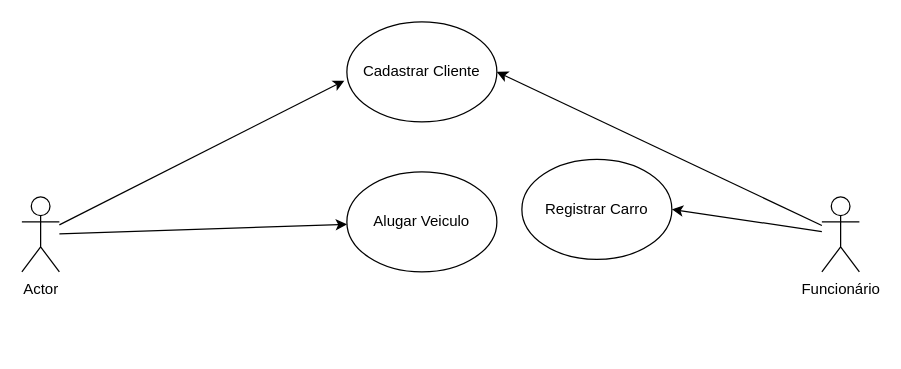
Above: locação de veiculos.drawio in ArcanjoDaGuarda/AnjoProjetos (draw.io), before the change. Source tidied: cells renumbered, new cells numbered last; positions are measured from the earlier drawing's top-left corner, leaving out a move shared by most shapes. Both pictures are drawn from the tidied source at 125%, with x=0, y=0 at pixel (21, 21).
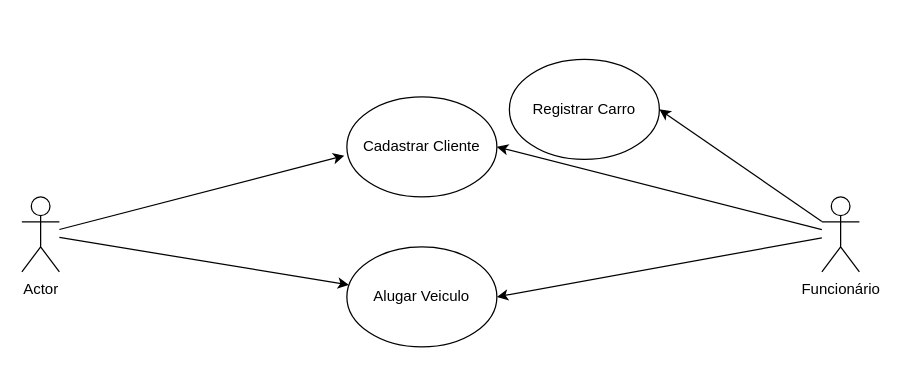
The same diagram, later.

Diff of the diagram source:
```diff
@@
 <mxGraphModel>
   <root>
     <mxCell id="0" />
     <mxCell id="1" parent="0" />
     <mxCell id="2" value="Actor" style="shape=umlActor;verticalLabelPosition=bottom;verticalAlign=top;html=1;outlineConnect=0;" parent="1" vertex="1">
       <mxGeometry y="140" width="30" height="60" as="geometry" />
     </mxCell>
     <mxCell id="3" value="Cadastrar Cliente" style="ellipse;whiteSpace=wrap;html=1;" parent="1" vertex="1">
-      <mxGeometry x="260" width="120" height="80" as="geometry" />
+      <mxGeometry x="260" y="60" width="120" height="80" as="geometry" />
     </mxCell>
     <mxCell id="4" value="Registrar Carro" style="ellipse;whiteSpace=wrap;html=1;" parent="1" vertex="1">
-      <mxGeometry x="400" y="110" width="120" height="80" as="geometry" />
+      <mxGeometry x="390" y="30" width="120" height="80" as="geometry" />
     </mxCell>
     <mxCell id="5" value="Funcionário" style="shape=umlActor;verticalLabelPosition=bottom;verticalAlign=top;html=1;outlineConnect=0;" parent="1" vertex="1">
       <mxGeometry x="640" y="140" width="30" height="60" as="geometry" />
     </mxCell>
     <mxCell id="6" value="Alugar Veiculo" style="ellipse;whiteSpace=wrap;html=1;" parent="1" vertex="1">
-      <mxGeometry x="260" y="120" width="120" height="80" as="geometry" />
+      <mxGeometry x="260" y="180" width="120" height="80" as="geometry" />
     </mxCell>
     <mxCell id="7" style="endArrow=classic;html=1;rounded=0;entryX=-0.017;entryY=0.588;entryDx=0;entryDy=0;entryPerimeter=0;" parent="1" edge="1" source="2" target="3">
       <mxGeometry relative="1" as="geometry" />
     </mxCell>
     <mxCell id="8" style="endArrow=classic;html=1;rounded=0;entryX=1;entryY=0.5;entryDx=0;entryDy=0;" parent="1" edge="1" source="5" target="3">
       <mxGeometry relative="1" as="geometry" />
     </mxCell>
     <mxCell id="9" style="endArrow=classic;html=1;rounded=0;entryX=1;entryY=0.5;entryDx=0;entryDy=0;" parent="1" edge="1" source="5" target="4">
       <mxGeometry relative="1" as="geometry" />
     </mxCell>
     <mxCell id="10" style="endArrow=classic;html=1;rounded=0;" parent="1" edge="1" source="2" target="6">
       <mxGeometry relative="1" as="geometry" />
     </mxCell>
+    <mxCell id="11" style="endArrow=classic;html=1;rounded=0;entryX=1;entryY=0.5;entryDx=0;entryDy=0;" parent="1" edge="1" source="5" target="6">
+      <mxGeometry relative="1" as="geometry" />
+    </mxCell>
   </root>
 </mxGraphModel>
```
